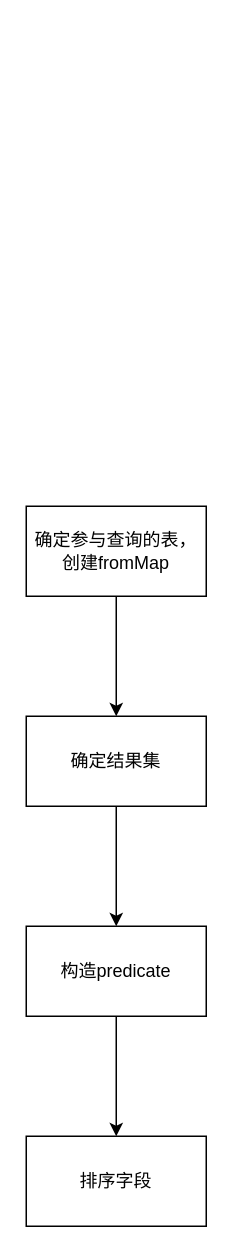
This is 未命名绘图.drawio from k525056857/queryzs, a draw.io file, before an edit. Source tidied: cells renumbered, new cells numbered last; positions are measured from the earlier drawing's top-left corner, leaving out a move shared by most shapes. Both pictures are drawn from the tidied source at 150%, with x=0, y=0 at pixel (26, 506).
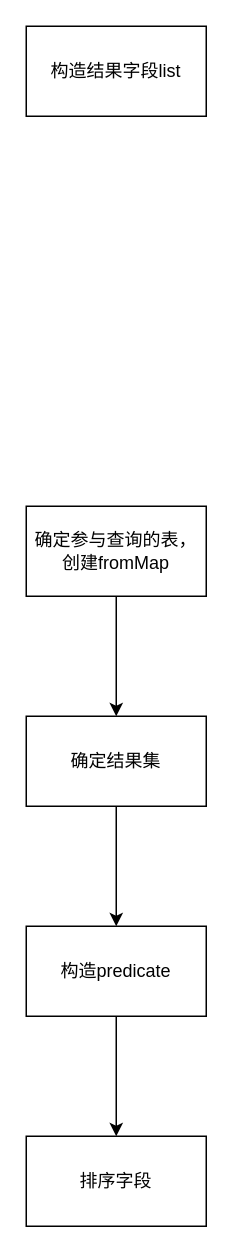
The same page after the edit.

Commit message:
更新未命名绘图.drawio

Change to the diagram source:
```diff
@@
 <mxGraphModel>
   <root>
     <mxCell id="0" />
     <mxCell id="1" parent="0" />
     <mxCell id="2" style="edgeStyle=orthogonalEdgeStyle;rounded=0;jettySize=auto;html=1;" parent="1" edge="1" source="3" target="5">
       <mxGeometry relative="1" as="geometry" />
     </mxCell>
     <mxCell id="3" value="确定参与查询的表，&lt;br&gt;创建fromMap" style="rounded=0;whiteSpace=wrap;html=1;" parent="1" vertex="1">
       <mxGeometry width="120" height="60" as="geometry" />
     </mxCell>
     <mxCell id="4" style="edgeStyle=orthogonalEdgeStyle;rounded=0;jettySize=auto;html=1;" parent="1" edge="1" source="5" target="7">
       <mxGeometry relative="1" as="geometry" />
     </mxCell>
     <mxCell id="5" value="确定结果集" style="rounded=0;whiteSpace=wrap;html=1;" parent="1" vertex="1">
       <mxGeometry y="140" width="120" height="60" as="geometry" />
     </mxCell>
     <mxCell id="6" style="edgeStyle=orthogonalEdgeStyle;rounded=0;jettySize=auto;html=1;" parent="1" edge="1" source="7" target="8">
       <mxGeometry relative="1" as="geometry" />
     </mxCell>
     <mxCell id="7" value="构造predicate" style="rounded=0;whiteSpace=wrap;html=1;" parent="1" vertex="1">
       <mxGeometry y="280" width="120" height="60" as="geometry" />
     </mxCell>
     <mxCell id="8" value="排序字段" style="rounded=0;whiteSpace=wrap;html=1;" parent="1" vertex="1">
       <mxGeometry y="420" width="120" height="60" as="geometry" />
     </mxCell>
+    <mxCell id="9" value="构造结果字段list" style="rounded=0;whiteSpace=wrap;html=1;" parent="1" vertex="1">
+      <mxGeometry y="-320" width="120" height="60" as="geometry" />
+    </mxCell>
   </root>
 </mxGraphModel>
```
